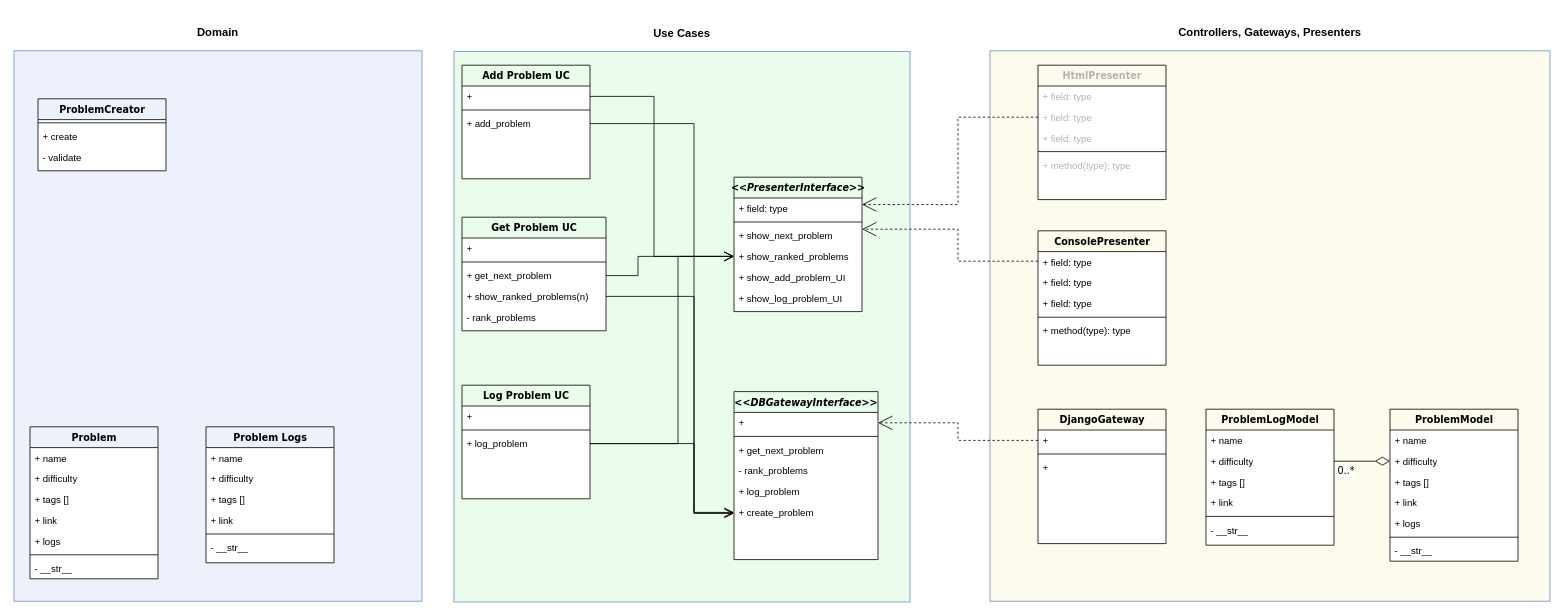
Before: docs/class_diagram.drawio in MBlistein/spaced-repetition, a draw.io diagram. Source tidied: cells renumbered, new cells numbered last; positions are measured from the earlier drawing's top-left corner, leaving out a move shared by most shapes. Both pictures are drawn from the tidied source at 80%, with x=0, y=0 at pixel (14, 50).
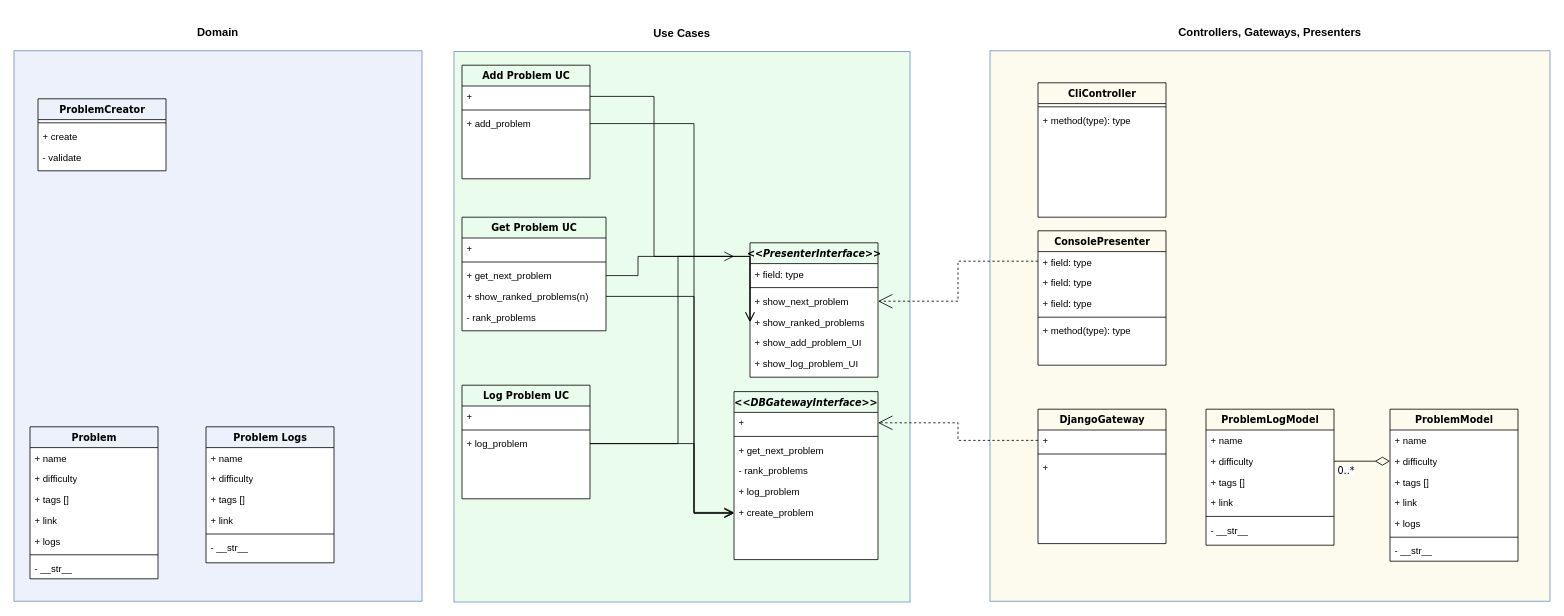
Above is the later version.

Commit message (it also covers changes not shown here):
Make cli controller class

Unchanged cells that the change refers to:
```xml
<mxCell id="29" value="ConsolePresenter" style="swimlane;html=1;fontStyle=1;align=center;verticalAlign=top;horizontal=1;startSize=26;swimlaneFillColor=#ffffff;rounded=0;shadow=0;comic=0;labelBackgroundColor=none;strokeWidth=1;fillColor=none;fontFamily=Verdana;fontSize=12;" parent="1" vertex="1">
  <mxGeometry x="1280" y="225" width="160" height="168" as="geometry" />
</mxCell>
<mxCell id="48" value="+ field: type" style="text;html=1;strokeColor=none;fillColor=none;align=left;verticalAlign=top;spacingLeft=4;spacingRight=4;whiteSpace=wrap;overflow=hidden;points=[[0,0.5],[1,0.5]];portConstraint=eastwest;" parent="47" vertex="1">
  <mxGeometry y="26" width="160" height="26" as="geometry" />
</mxCell>
<mxCell id="50" value="+ show_next_problem" style="text;html=1;strokeColor=none;fillColor=none;align=left;verticalAlign=top;spacingLeft=4;spacingRight=4;whiteSpace=wrap;overflow=hidden;points=[[0,0.5],[1,0.5]];portConstraint=eastwest;" parent="47" vertex="1">
  <mxGeometry y="60" width="160" height="26" as="geometry" />
</mxCell>
```

The edit, as a diff of the source:
```diff
@@
-    <mxCell id="28" style="edgeStyle=orthogonalEdgeStyle;rounded=0;html=1;dashed=1;labelBackgroundColor=none;startArrow=none;startFill=0;startSize=8;endArrow=open;endFill=0;endSize=16;fontFamily=Verdana;fontSize=12;entryX=1;entryY=0.5;entryDx=0;entryDy=0;" parent="1" edge="1" source="29">
+    <mxCell id="28" style="edgeStyle=orthogonalEdgeStyle;rounded=0;html=1;dashed=1;labelBackgroundColor=none;startArrow=none;startFill=0;startSize=8;endArrow=open;endFill=0;endSize=16;fontFamily=Verdana;fontSize=12;entryX=1;entryY=0.5;entryDx=0;entryDy=0;" parent="1" edge="1" source="29" target="50">
       <mxGeometry relative="1" as="geometry">
-        <mxPoint x="1060" y="223" as="targetPoint" />
         <Array as="points">
           <mxPoint x="1180" y="263" />
-          <mxPoint x="1180" y="223" />
+          <mxPoint x="1180" y="313" />
         </Array>
       </mxGeometry>
     </mxCell>
@@
-    <mxCell id="35" value="HtmlPresenter" style="swimlane;html=1;fontStyle=1;align=center;verticalAlign=top;horizontal=1;startSize=26;swimlaneFillColor=#ffffff;rounded=0;shadow=0;comic=0;labelBackgroundColor=none;strokeWidth=1;fillColor=none;fontFamily=Verdana;fontSize=12;fontColor=#B3B3B3;" parent="1" vertex="1">
-      <mxGeometry x="1280" y="18" width="160" height="168" as="geometry" />
-    </mxCell>
-    <mxCell id="36" value="+ field: type" style="text;html=1;strokeColor=none;fillColor=none;align=left;verticalAlign=top;spacingLeft=4;spacingRight=4;whiteSpace=wrap;overflow=hidden;fontColor=#B3B3B3;" parent="35" vertex="1">
-      <mxGeometry y="26" width="160" height="26" as="geometry" />
-    </mxCell>
-    <mxCell id="37" value="+ field: type" style="text;html=1;strokeColor=none;fillColor=none;align=left;verticalAlign=top;spacingLeft=4;spacingRight=4;whiteSpace=wrap;overflow=hidden;points=[[0,0.5],[1,0.5]];portConstraint=eastwest;fontColor=#B3B3B3;" parent="35" vertex="1">
-      <mxGeometry y="52" width="160" height="26" as="geometry" />
-    </mxCell>
-    <mxCell id="38" value="+ field: type" style="text;html=1;strokeColor=none;fillColor=none;align=left;verticalAlign=top;spacingLeft=4;spacingRight=4;whiteSpace=wrap;overflow=hidden;fontColor=#B3B3B3;" parent="35" vertex="1">
-      <mxGeometry y="78" width="160" height="26" as="geometry" />
-    </mxCell>
-    <mxCell id="39" style="line;html=1;strokeWidth=1;fillColor=none;align=left;verticalAlign=middle;spacingTop=-1;spacingLeft=3;spacingRight=3;labelPosition=right;" parent="35" vertex="1">
-      <mxGeometry y="104" width="160" height="8" as="geometry" />
-    </mxCell>
-    <mxCell id="40" value="+ method(type): type" style="text;html=1;strokeColor=none;fillColor=none;align=left;verticalAlign=top;spacingLeft=4;spacingRight=4;whiteSpace=wrap;overflow=hidden;fontColor=#B3B3B3;" parent="35" vertex="1">
-      <mxGeometry y="112" width="160" height="26" as="geometry" />
-    </mxCell>
-    <mxCell id="41" style="edgeStyle=orthogonalEdgeStyle;rounded=0;html=1;dashed=1;labelBackgroundColor=none;startArrow=none;startFill=0;startSize=8;endArrow=open;endFill=0;endSize=16;fontFamily=Verdana;fontSize=12;entryX=1;entryY=0.314;entryDx=0;entryDy=0;exitX=0;exitY=0.5;exitDx=0;exitDy=0;entryPerimeter=0;" parent="1" edge="1" source="37" target="48">
-      <mxGeometry relative="1" as="geometry">
-        <Array as="points">
-          <mxPoint x="1180" y="83" />
-          <mxPoint x="1180" y="192" />
-        </Array>
-      </mxGeometry>
-    </mxCell>
@@
     <mxCell id="47" value="&lt;i&gt;&amp;lt;&amp;lt;PresenterInterface&amp;gt;&amp;gt;&lt;/i&gt;" style="swimlane;html=1;fontStyle=1;align=center;verticalAlign=top;horizontal=1;startSize=26;swimlaneFillColor=#ffffff;rounded=0;shadow=0;comic=0;labelBackgroundColor=none;strokeWidth=1;fillColor=none;fontFamily=Verdana;fontSize=12;" parent="1" vertex="1">
-      <mxGeometry x="900" y="158" width="160" height="168" as="geometry" />
+      <mxGeometry x="920" y="240" width="160" height="168" as="geometry" />
     </mxCell>
@@
+    <mxCell id="94" value="CliController" style="swimlane;html=1;fontStyle=1;align=center;verticalAlign=top;horizontal=1;startSize=26;swimlaneFillColor=#ffffff;rounded=0;shadow=0;comic=0;labelBackgroundColor=none;strokeWidth=1;fillColor=none;fontFamily=Verdana;fontSize=12;" parent="1" vertex="1">
+      <mxGeometry x="1280" y="40" width="160" height="168" as="geometry" />
+    </mxCell>
+    <mxCell id="95" style="line;html=1;strokeWidth=1;fillColor=none;align=left;verticalAlign=middle;spacingTop=-1;spacingLeft=3;spacingRight=3;labelPosition=right;" parent="94" vertex="1">
+      <mxGeometry y="26" width="160" height="8" as="geometry" />
+    </mxCell>
+    <mxCell id="40" value="+ method(type): type" style="text;html=1;strokeColor=none;fillColor=none;align=left;verticalAlign=top;spacingLeft=4;spacingRight=4;whiteSpace=wrap;overflow=hidden;" parent="94" vertex="1">
+      <mxGeometry y="34" width="160" height="26" as="geometry" />
+    </mxCell>
```
